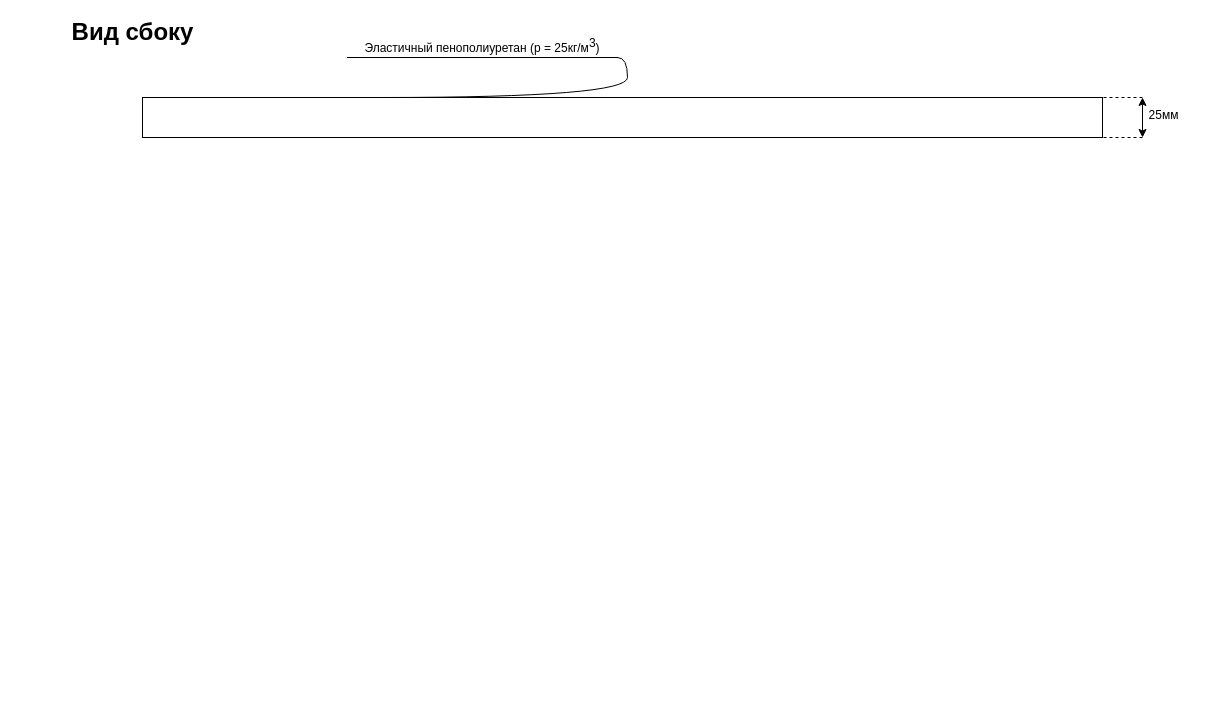
DMfananddu/Computing-Facilities-AIPCS keeps this draw.io diagram as matras1.drawio. Above is the earlier version. Source tidied: cells renumbered, new cells numbered last; positions are measured from the earlier drawing's top-left corner, leaving out a move shared by most shapes. Both pictures are drawn from the tidied source at 100%, with x=0, y=0 at pixel (62, 17).
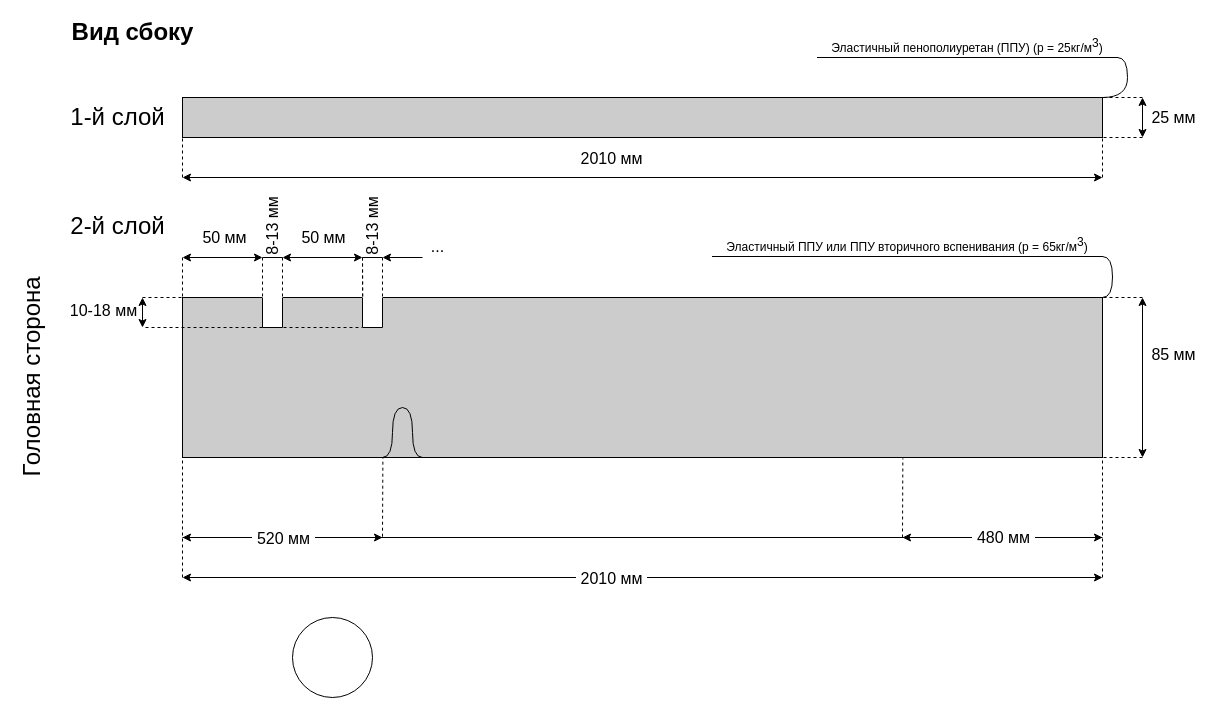
Above is the later version.

Unchanged cells that the change refers to:
```xml
<mxCell id="6" style="endArrow=classic;startArrow=classic;html=1;fontSize=24;" parent="1" edge="1">
  <mxGeometry relative="1" as="geometry">
    <mxPoint x="1080" y="120" as="sourcePoint" />
    <mxPoint x="1080" y="80" as="targetPoint" />
  </mxGeometry>
</mxCell>
```

What changed in the source:
```diff
@@
-    <mxCell id="3" style="rounded=0;whiteSpace=wrap;html=1;fontSize=24;" parent="1" vertex="1">
-      <mxGeometry x="80" y="80" width="960" height="40" as="geometry" />
+    <mxCell id="3" style="rounded=0;whiteSpace=wrap;html=1;fontSize=24;fillColor=#CCCCCC;" parent="1" vertex="1">
+      <mxGeometry x="120" y="80" width="920" height="40" as="geometry" />
     </mxCell>
-    <mxCell id="4" value="Эластичный пенополиуретан (р = 25кг/м&lt;sup style=&quot;font-size: 12px;&quot;&gt;3&lt;/sup&gt;)" style="whiteSpace=wrap;html=1;shape=partialRectangle;top=0;left=0;bottom=1;right=0;points=[[0,1],[1,1]];fillColor=none;align=center;verticalAlign=bottom;routingCenterY=0.5;snapToPoint=1;newEdgeStyle={&quot;edgeStyle&quot;:&quot;entityRelationEdgeStyle&quot;,&quot;startArrow&quot;:&quot;none&quot;,&quot;endArrow&quot;:&quot;none&quot;,&quot;segment&quot;:10,&quot;curved&quot;:1};fontSize=12;" parent="1" vertex="1">
-      <mxGeometry x="285" y="20" width="270" height="20" as="geometry" />
+    <mxCell id="4" value="Эластичный пенополиуретан (ППУ) (р = 25кг/м&lt;sup style=&quot;font-size: 12px&quot;&gt;3&lt;/sup&gt;)" style="whiteSpace=wrap;html=1;shape=partialRectangle;top=0;left=0;bottom=1;right=0;points=[[0,1],[1,1]];fillColor=none;align=center;verticalAlign=bottom;routingCenterY=0.5;snapToPoint=1;newEdgeStyle={&quot;edgeStyle&quot;:&quot;entityRelationEdgeStyle&quot;,&quot;startArrow&quot;:&quot;none&quot;,&quot;endArrow&quot;:&quot;none&quot;,&quot;segment&quot;:10,&quot;curved&quot;:1};fontSize=12;" parent="1" vertex="1">
+      <mxGeometry x="755" y="20" width="300" height="20" as="geometry" />
     </mxCell>
-    <mxCell id="5" style="edgeStyle=entityRelationEdgeStyle;startArrow=none;endArrow=none;segment=10;curved=1;fontSize=24;exitX=0.25;exitY=0;exitDx=0;exitDy=0;" parent="1" edge="1" source="3" target="4">
+    <mxCell id="5" style="edgeStyle=entityRelationEdgeStyle;startArrow=none;endArrow=none;segment=10;curved=1;fontSize=24;exitX=1;exitY=0;exitDx=0;exitDy=0;" parent="1" edge="1" source="3" target="4">
       <mxGeometry relative="1" as="geometry" />
     </mxCell>
@@
-    <mxCell id="7" value="&lt;font style=&quot;font-size: 12px&quot;&gt;25мм&lt;/font&gt;" style="edgeLabel;html=1;align=center;verticalAlign=middle;fontSize=24;" parent="6" vertex="1">
-      <mxGeometry x="0.37" relative="1" as="geometry">
-        <mxPoint x="20" as="offset" />
-      </mxGeometry>
-    </mxCell>
+    <mxCell id="10" value="25 мм" style="edgeLabel;html=1;align=center;verticalAlign=middle;fontSize=16;" parent="6" vertex="1">
+      <mxGeometry x="0.23" relative="1" as="geometry">
+        <mxPoint x="30" y="4.8" as="offset" />
+      </mxGeometry>
+    </mxCell>
@@
+    <mxCell id="11" value="&lt;font style=&quot;font-size: 24px&quot;&gt;1-й слой&lt;/font&gt;" style="text;html=1;align=center;verticalAlign=middle;fontSize=12;" parent="1" vertex="1">
+      <mxGeometry y="90" width="110" height="20" as="geometry" />
+    </mxCell>
+    <mxCell id="12" style="endArrow=none;dashed=1;html=1;fontSize=12;entryX=0;entryY=1;entryDx=0;entryDy=0;" parent="1" edge="1" target="3">
+      <mxGeometry relative="1" as="geometry">
+        <mxPoint x="120" y="160" as="sourcePoint" />
+      </mxGeometry>
+    </mxCell>
+    <mxCell id="13" style="endArrow=none;dashed=1;html=1;fontSize=12;entryX=1;entryY=1;entryDx=0;entryDy=0;" parent="1" edge="1" target="3">
+      <mxGeometry relative="1" as="geometry">
+        <mxPoint x="1040" y="160" as="sourcePoint" />
+      </mxGeometry>
+    </mxCell>
+    <mxCell id="14" style="endArrow=classic;startArrow=classic;html=1;fontSize=12;" parent="1" edge="1">
+      <mxGeometry relative="1" as="geometry">
+        <mxPoint x="120" y="160" as="sourcePoint" />
+        <mxPoint x="1040" y="160" as="targetPoint" />
+      </mxGeometry>
+    </mxCell>
+    <mxCell id="15" value="2010 мм" style="edgeLabel;html=1;align=center;verticalAlign=middle;fontSize=16;" parent="14" vertex="1">
+      <mxGeometry x="-0.09" y="5" relative="1" as="geometry">
+        <mxPoint x="9.3" y="-15" as="offset" />
+      </mxGeometry>
+    </mxCell>
+    <mxCell id="16" style="rounded=0;whiteSpace=wrap;html=1;fontSize=24;fillColor=#CCCCCC;" parent="1" vertex="1">
+      <mxGeometry x="120" y="280" width="920" height="160" as="geometry" />
+    </mxCell>
+    <mxCell id="17" value="Эластичный ППУ или ППУ вторичного вспенивания (р = 65кг/м&lt;sup style=&quot;font-size: 12px&quot;&gt;3&lt;/sup&gt;)" style="whiteSpace=wrap;html=1;shape=partialRectangle;top=0;left=0;bottom=1;right=0;points=[[0,1],[1,1]];fillColor=none;align=center;verticalAlign=bottom;routingCenterY=0.5;snapToPoint=1;newEdgeStyle={&quot;edgeStyle&quot;:&quot;entityRelationEdgeStyle&quot;,&quot;startArrow&quot;:&quot;none&quot;,&quot;endArrow&quot;:&quot;none&quot;,&quot;segment&quot;:10,&quot;curved&quot;:1};fontSize=12;" parent="1" vertex="1">
+      <mxGeometry x="650" y="219" width="390" height="20" as="geometry" />
+    </mxCell>
+    <mxCell id="18" style="edgeStyle=entityRelationEdgeStyle;startArrow=none;endArrow=none;segment=10;curved=1;fontSize=24;exitX=1;exitY=0;exitDx=0;exitDy=0;" parent="1" edge="1" source="16" target="17">
+      <mxGeometry relative="1" as="geometry" />
+    </mxCell>
+    <mxCell id="19" style="endArrow=classic;startArrow=classic;html=1;fontSize=24;" parent="1" edge="1">
+      <mxGeometry relative="1" as="geometry">
+        <mxPoint x="1080" y="440" as="sourcePoint" />
+        <mxPoint x="1080" y="280" as="targetPoint" />
+      </mxGeometry>
+    </mxCell>
+    <mxCell id="20" value="85 мм" style="edgeLabel;html=1;align=center;verticalAlign=middle;fontSize=16;" parent="19" vertex="1">
+      <mxGeometry x="0.4" y="2" relative="1" as="geometry">
+        <mxPoint x="32" y="8" as="offset" />
+      </mxGeometry>
+    </mxCell>
+    <mxCell id="21" style="endArrow=none;html=1;fontSize=24;entryX=1;entryY=0;entryDx=0;entryDy=0;dashed=1;" parent="1" edge="1" target="16">
+      <mxGeometry relative="1" as="geometry">
+        <mxPoint x="1080" y="280" as="sourcePoint" />
+      </mxGeometry>
+    </mxCell>
+    <mxCell id="22" style="endArrow=none;html=1;fontSize=24;entryX=1;entryY=1;entryDx=0;entryDy=0;dashed=1;" parent="1" edge="1" target="16">
+      <mxGeometry relative="1" as="geometry">
+        <mxPoint x="1080" y="440" as="sourcePoint" />
+      </mxGeometry>
+    </mxCell>
+    <mxCell id="23" value="&lt;font style=&quot;font-size: 24px&quot;&gt;2-й слой&lt;/font&gt;" style="text;html=1;align=center;verticalAlign=middle;fontSize=12;" parent="1" vertex="1">
+      <mxGeometry y="199" width="110" height="20" as="geometry" />
+    </mxCell>
+    <mxCell id="24" style="endArrow=none;dashed=1;html=1;fontSize=12;entryX=0;entryY=1;entryDx=0;entryDy=0;" parent="1" edge="1" target="16">
+      <mxGeometry relative="1" as="geometry">
+        <mxPoint x="120" y="560" as="sourcePoint" />
+      </mxGeometry>
+    </mxCell>
+    <mxCell id="25" style="endArrow=none;dashed=1;html=1;fontSize=12;entryX=1;entryY=1;entryDx=0;entryDy=0;" parent="1" edge="1" target="16">
+      <mxGeometry relative="1" as="geometry">
+        <mxPoint x="1040" y="560" as="sourcePoint" />
+      </mxGeometry>
+    </mxCell>
+    <mxCell id="26" style="endArrow=classic;startArrow=classic;html=1;fontSize=12;" parent="1" edge="1">
+      <mxGeometry relative="1" as="geometry">
+        <mxPoint x="120" y="560" as="sourcePoint" />
+        <mxPoint x="1040" y="560" as="targetPoint" />
+      </mxGeometry>
+    </mxCell>
+    <mxCell id="27" value="&amp;nbsp;2010 мм&amp;nbsp;" style="edgeLabel;html=1;align=center;verticalAlign=middle;fontSize=16;" parent="26" vertex="1">
+      <mxGeometry x="-0.09" y="5" relative="1" as="geometry">
+        <mxPoint x="9.3" y="5" as="offset" />
+      </mxGeometry>
+    </mxCell>
+    <mxCell id="28" style="endArrow=classic;startArrow=classic;html=1;fontSize=24;" parent="1" edge="1">
+      <mxGeometry relative="1" as="geometry">
+        <mxPoint x="200" y="240" as="sourcePoint" />
+        <mxPoint x="120" y="240" as="targetPoint" />
+      </mxGeometry>
+    </mxCell>
+    <mxCell id="29" value="50 мм" style="edgeLabel;html=1;align=center;verticalAlign=middle;fontSize=16;" parent="28" vertex="1">
+      <mxGeometry x="0.23" relative="1" as="geometry">
+        <mxPoint x="10" y="-21" as="offset" />
+      </mxGeometry>
+    </mxCell>
+    <mxCell id="30" style="endArrow=none;html=1;fontSize=24;entryX=0;entryY=0;entryDx=0;entryDy=0;dashed=1;" parent="1" edge="1" target="16">
+      <mxGeometry relative="1" as="geometry">
+        <mxPoint x="120" y="240" as="sourcePoint" />
+      </mxGeometry>
+    </mxCell>
+    <mxCell id="31" style="endArrow=none;html=1;fontSize=24;entryX=0.087;entryY=-0.003;entryDx=0;entryDy=0;dashed=1;entryPerimeter=0;" parent="1" edge="1" target="16">
+      <mxGeometry relative="1" as="geometry">
+        <mxPoint x="200" y="240" as="sourcePoint" />
+      </mxGeometry>
+    </mxCell>
+    <mxCell id="32" style="endArrow=none;html=1;fontSize=24;entryX=1;entryY=0;entryDx=0;entryDy=0;dashed=1;" parent="1" edge="1" target="33">
+      <mxGeometry relative="1" as="geometry">
+        <mxPoint x="220" y="240" as="sourcePoint" />
+      </mxGeometry>
+    </mxCell>
+    <mxCell id="33" style="rounded=0;whiteSpace=wrap;html=1;fontSize=16;strokeColor=#FFFFFF;" parent="1" vertex="1">
+      <mxGeometry x="200" y="280" width="20" height="30" as="geometry" />
+    </mxCell>
+    <mxCell id="34" value="8-13 мм" style="text;html=1;align=center;verticalAlign=middle;fontSize=16;rotation=-90;" parent="1" vertex="1">
+      <mxGeometry x="175" y="199" width="70" height="20" as="geometry" />
+    </mxCell>
+    <mxCell id="35" style="endArrow=none;html=1;fontSize=16;" parent="1" edge="1">
+      <mxGeometry relative="1" as="geometry">
+        <mxPoint x="200" y="240" as="sourcePoint" />
+        <mxPoint x="220" y="240" as="targetPoint" />
+      </mxGeometry>
+    </mxCell>
+    <mxCell id="36" style="endArrow=none;dashed=1;html=1;fontSize=16;exitX=1;exitY=1;exitDx=0;exitDy=0;" parent="1" edge="1" source="48">
+      <mxGeometry relative="1" as="geometry">
+        <mxPoint x="80" y="310" as="targetPoint" />
+      </mxGeometry>
+    </mxCell>
+    <mxCell id="37" style="endArrow=none;dashed=1;html=1;fontSize=16;entryX=0;entryY=0;entryDx=0;entryDy=0;" parent="1" edge="1" target="16">
+      <mxGeometry relative="1" as="geometry">
+        <mxPoint x="80" y="280" as="sourcePoint" />
+      </mxGeometry>
+    </mxCell>
+    <mxCell id="38" style="endArrow=classic;startArrow=classic;html=1;fontSize=24;" parent="1" edge="1">
+      <mxGeometry relative="1" as="geometry">
+        <mxPoint x="80" y="280" as="sourcePoint" />
+        <mxPoint x="80" y="310" as="targetPoint" />
+      </mxGeometry>
+    </mxCell>
+    <mxCell id="39" value="10-18 мм" style="edgeLabel;html=1;align=center;verticalAlign=middle;fontSize=16;" parent="38" vertex="1">
+      <mxGeometry x="0.23" relative="1" as="geometry">
+        <mxPoint x="-40" y="-6" as="offset" />
+      </mxGeometry>
+    </mxCell>
+    <mxCell id="40" style="endArrow=none;html=1;fontSize=16;entryX=0;entryY=0;entryDx=0;entryDy=0;exitX=0;exitY=1;exitDx=0;exitDy=0;" parent="1" edge="1" source="33" target="33">
+      <mxGeometry relative="1" as="geometry" />
+    </mxCell>
+    <mxCell id="41" style="endArrow=none;html=1;fontSize=16;exitX=0;exitY=1;exitDx=0;exitDy=0;entryX=1;entryY=1;entryDx=0;entryDy=0;" parent="1" edge="1" source="33" target="33">
+      <mxGeometry relative="1" as="geometry" />
+    </mxCell>
+    <mxCell id="42" style="endArrow=none;html=1;fontSize=16;entryX=1;entryY=0;entryDx=0;entryDy=0;exitX=1;exitY=1;exitDx=0;exitDy=0;" parent="1" edge="1" source="33" target="33">
+      <mxGeometry relative="1" as="geometry" />
+    </mxCell>
+    <mxCell id="43" style="endArrow=classic;startArrow=classic;html=1;fontSize=24;" parent="1" edge="1">
+      <mxGeometry relative="1" as="geometry">
+        <mxPoint x="300" y="240" as="sourcePoint" />
+        <mxPoint x="220" y="240" as="targetPoint" />
+      </mxGeometry>
+    </mxCell>
+    <mxCell id="44" value="50 мм" style="edgeLabel;html=1;align=center;verticalAlign=middle;fontSize=16;" parent="43" vertex="1">
+      <mxGeometry x="0.23" relative="1" as="geometry">
+        <mxPoint x="9" y="-21" as="offset" />
+      </mxGeometry>
+    </mxCell>
+    <mxCell id="45" style="endArrow=none;html=1;fontSize=24;entryX=0.196;entryY=0.005;entryDx=0;entryDy=0;dashed=1;entryPerimeter=0;" parent="1" edge="1" target="16">
+      <mxGeometry relative="1" as="geometry">
+        <mxPoint x="300" y="240" as="sourcePoint" />
+      </mxGeometry>
+    </mxCell>
+    <mxCell id="46" style="endArrow=none;html=1;fontSize=24;entryX=0.087;entryY=-0.003;entryDx=0;entryDy=0;dashed=1;entryPerimeter=0;" parent="1" edge="1">
+      <mxGeometry relative="1" as="geometry">
+        <mxPoint x="300" y="240" as="sourcePoint" />
+        <mxPoint x="300" y="279.5" as="targetPoint" />
+      </mxGeometry>
+    </mxCell>
+    <mxCell id="47" style="endArrow=none;html=1;fontSize=24;entryX=1;entryY=0;entryDx=0;entryDy=0;dashed=1;" parent="1" edge="1" target="48">
+      <mxGeometry relative="1" as="geometry">
+        <mxPoint x="320" y="240" as="sourcePoint" />
+      </mxGeometry>
+    </mxCell>
+    <mxCell id="48" style="rounded=0;whiteSpace=wrap;html=1;fontSize=16;strokeColor=#FFFFFF;" parent="1" vertex="1">
+      <mxGeometry x="300" y="280" width="20" height="30" as="geometry" />
+    </mxCell>
+    <mxCell id="49" value="8-13 мм" style="text;html=1;align=center;verticalAlign=middle;fontSize=16;rotation=-90;" parent="1" vertex="1">
+      <mxGeometry x="275" y="199" width="70" height="20" as="geometry" />
+    </mxCell>
+    <mxCell id="50" style="endArrow=none;html=1;fontSize=16;" parent="1" edge="1">
+      <mxGeometry relative="1" as="geometry">
+        <mxPoint x="300" y="240" as="sourcePoint" />
+        <mxPoint x="320" y="240" as="targetPoint" />
+      </mxGeometry>
+    </mxCell>
+    <mxCell id="51" style="endArrow=none;html=1;fontSize=16;entryX=0;entryY=0;entryDx=0;entryDy=0;exitX=0;exitY=1;exitDx=0;exitDy=0;" parent="1" edge="1" source="48" target="48">
+      <mxGeometry relative="1" as="geometry" />
+    </mxCell>
+    <mxCell id="52" style="endArrow=none;html=1;fontSize=16;exitX=0;exitY=1;exitDx=0;exitDy=0;entryX=1;entryY=1;entryDx=0;entryDy=0;" parent="1" edge="1" source="48" target="48">
+      <mxGeometry relative="1" as="geometry" />
+    </mxCell>
+    <mxCell id="53" style="endArrow=none;html=1;fontSize=16;entryX=1;entryY=0;entryDx=0;entryDy=0;exitX=1;exitY=1;exitDx=0;exitDy=0;" parent="1" edge="1" source="48" target="48">
+      <mxGeometry relative="1" as="geometry" />
+    </mxCell>
+    <mxCell id="54" style="endArrow=classic;startArrow=none;html=1;fontSize=24;endFill=1;startFill=0;" parent="1" edge="1">
+      <mxGeometry relative="1" as="geometry">
+        <mxPoint x="360" y="240" as="sourcePoint" />
+        <mxPoint x="320" y="240" as="targetPoint" />
+      </mxGeometry>
+    </mxCell>
+    <mxCell id="55" value="..." style="text;html=1;align=center;verticalAlign=middle;fontSize=16;" parent="1" vertex="1">
+      <mxGeometry x="360" y="219" width="30" height="20" as="geometry" />
+    </mxCell>
+    <mxCell id="56" value="&lt;font style=&quot;font-size: 24px&quot;&gt;Головная сторона&lt;/font&gt;" style="text;html=1;align=center;verticalAlign=middle;fontSize=16;rotation=-90;" parent="1" vertex="1">
+      <mxGeometry x="-140" y="345" width="220" height="30" as="geometry" />
+    </mxCell>
+    <mxCell id="57" style="endArrow=none;html=1;fontSize=16;" parent="1" edge="1">
+      <mxGeometry relative="1" as="geometry">
+        <mxPoint x="120" y="520" as="sourcePoint" />
+        <mxPoint x="1040" y="520" as="targetPoint" />
+      </mxGeometry>
+    </mxCell>
+    <mxCell id="58" style="endArrow=classic;startArrow=classic;html=1;fontSize=16;" parent="1" edge="1">
+      <mxGeometry relative="1" as="geometry">
+        <mxPoint x="120" y="520" as="sourcePoint" />
+        <mxPoint x="320" y="520" as="targetPoint" />
+      </mxGeometry>
+    </mxCell>
+    <mxCell id="59" value="&amp;nbsp;520 мм&amp;nbsp;" style="edgeLabel;html=1;align=center;verticalAlign=middle;fontSize=16;" parent="58" vertex="1">
+      <mxGeometry x="-0.17" relative="1" as="geometry">
+        <mxPoint x="17.2" as="offset" />
+      </mxGeometry>
+    </mxCell>
+    <mxCell id="60" style="endArrow=classic;startArrow=classic;html=1;fontSize=16;" parent="1" edge="1">
+      <mxGeometry relative="1" as="geometry">
+        <mxPoint x="840" y="520" as="sourcePoint" />
+        <mxPoint x="1040" y="520" as="targetPoint" />
+      </mxGeometry>
+    </mxCell>
+    <mxCell id="61" value="&amp;nbsp;480 мм&amp;nbsp;" style="edgeLabel;html=1;align=center;verticalAlign=middle;fontSize=16;" parent="60" vertex="1">
+      <mxGeometry x="-0.53" y="1" relative="1" as="geometry">
+        <mxPoint x="53.1" as="offset" />
+      </mxGeometry>
+    </mxCell>
+    <mxCell id="62" style="endArrow=none;dashed=1;html=1;fontSize=12;entryX=0.783;entryY=1.005;entryDx=0;entryDy=0;entryPerimeter=0;" parent="1" edge="1" target="16">
+      <mxGeometry relative="1" as="geometry">
+        <mxPoint x="840" y="520" as="sourcePoint" />
+      </mxGeometry>
+    </mxCell>
+    <mxCell id="63" style="endArrow=none;dashed=1;html=1;fontSize=12;entryX=0.783;entryY=1.005;entryDx=0;entryDy=0;entryPerimeter=0;" parent="1" edge="1">
+      <mxGeometry relative="1" as="geometry">
+        <mxPoint x="320" y="519.2" as="sourcePoint" />
+        <mxPoint x="320.4" y="440" as="targetPoint" />
+      </mxGeometry>
+    </mxCell>
+    <mxCell id="64" style="endArrow=none;html=1;fontSize=16;edgeStyle=orthogonalEdgeStyle;curved=1;backgroundOutline=0;fillColor=#FFFFFF;" parent="1" edge="1">
+      <mxGeometry relative="1" as="geometry">
+        <mxPoint x="320" y="440" as="sourcePoint" />
+        <mxPoint x="340" y="390" as="targetPoint" />
+        <Array as="points">
+          <mxPoint x="330" y="440" />
+          <mxPoint x="330" y="390" />
+        </Array>
+      </mxGeometry>
+    </mxCell>
+    <mxCell id="65" style="endArrow=none;html=1;fontSize=16;edgeStyle=orthogonalEdgeStyle;curved=1;backgroundOutline=0;fillColor=#FFFFFF;" parent="1" edge="1">
+      <mxGeometry relative="1" as="geometry">
+        <mxPoint x="360" y="440" as="sourcePoint" />
+        <mxPoint x="340" y="390" as="targetPoint" />
+        <Array as="points">
+          <mxPoint x="350" y="440" />
+          <mxPoint x="350" y="390" />
+        </Array>
+      </mxGeometry>
+    </mxCell>
+    <mxCell id="66" style="endArrow=none;html=1;fontSize=16;fillColor=#FFFFFF;" parent="1" edge="1">
+      <mxGeometry relative="1" as="geometry">
+        <mxPoint x="320" y="440" as="sourcePoint" />
+        <mxPoint x="360" y="440" as="targetPoint" />
+      </mxGeometry>
+    </mxCell>
+    <mxCell id="67" style="ellipse;whiteSpace=wrap;html=1;fillColor=#FFFFFF;fontSize=16;" parent="1" vertex="1">
+      <mxGeometry x="230" y="600" width="80" height="80" as="geometry" />
+    </mxCell>
```
